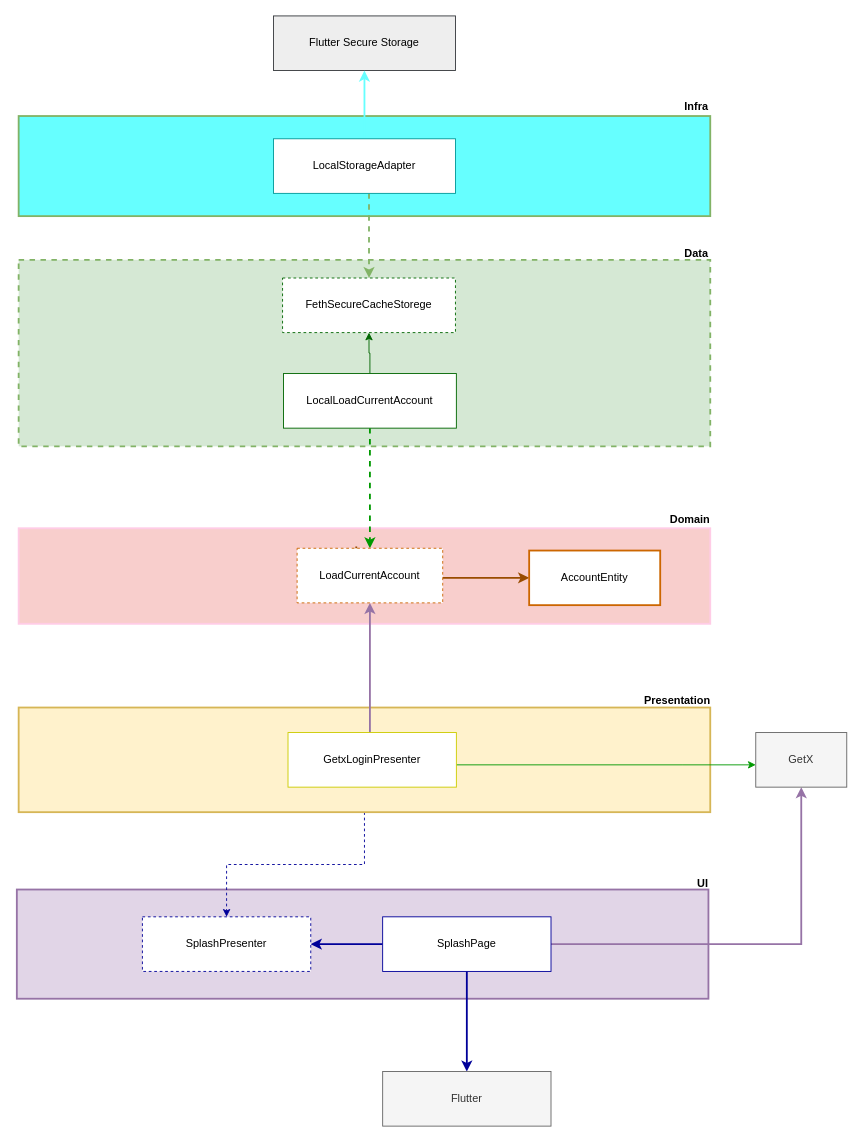
This is page "Splash" (1 of 4) of diagrams/authentication_use_case.drawio from rrs-sistema/mobile-sales-micros-services, a draw.io file, before an edit. Source tidied: cells renumbered, new cells numbered last; positions are measured from the earlier drawing's top-left corner, leaving out a move shared by most shapes. Both pictures are drawn from the tidied source at 91%, with x=0, y=0 at pixel (16, 15).
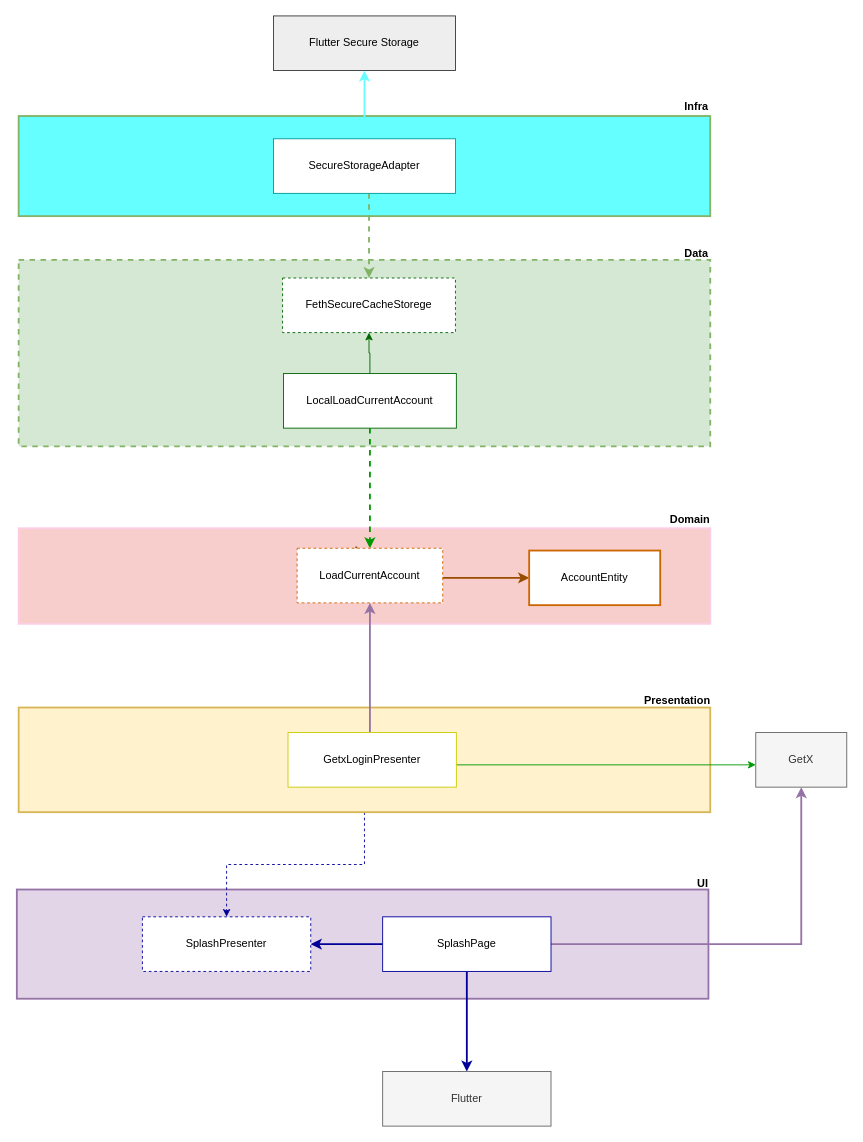
The same page after the edit.

Commit message (it also covers changes not shown here):
Rename LocalSecureStorageAdapter to SecureStorageAdapter

Diff of the diagram source:
```diff
@@
-    <mxCell id="31" value="LocalStorageAdapter" style="rounded=0;whiteSpace=wrap;html=1;strokeColor=#009999;strokeWidth=1;fillColor=default;" parent="1" vertex="1">
+    <mxCell id="31" value="SecureStorageAdapter" style="rounded=0;whiteSpace=wrap;html=1;strokeColor=#009999;strokeWidth=1;fillColor=default;" parent="1" vertex="1">
       <mxGeometry x="282" y="135" width="200" height="60" as="geometry" />
     </mxCell>
```
